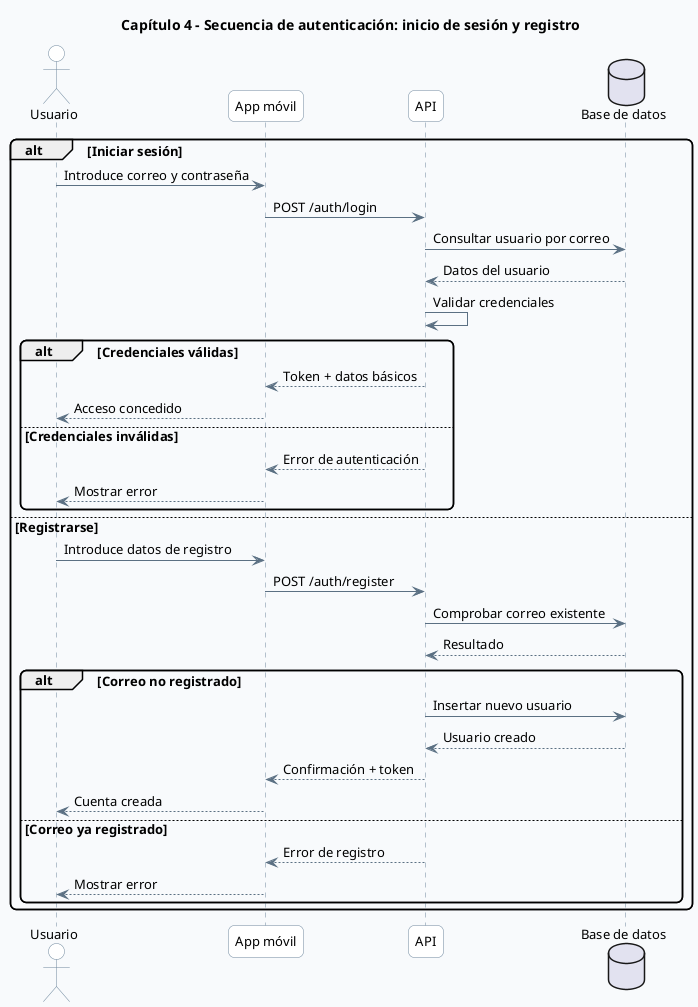
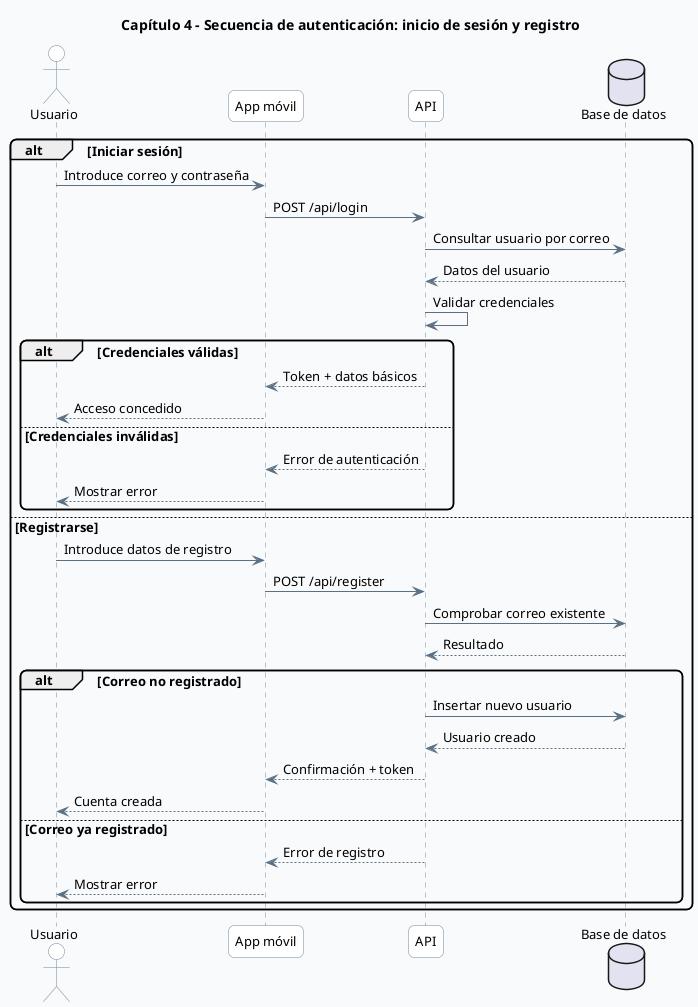
﻿@startuml
' CAP4 - 03 Secuencia CU-001 Login / Registro

skinparam backgroundColor #F8FAFC
skinparam shadowing false
skinparam roundcorner 12
skinparam defaultFontName Segoe UI
skinparam defaultFontSize 13
skinparam ArrowColor #5B7083
skinparam ArrowThickness 1
skinparam sequenceLifeLineBorderColor #6E879D
skinparam sequenceLifeLineBackgroundColor #FFFFFF
skinparam participantBorderColor #6E879D
skinparam participantBackgroundColor #FFFFFF
skinparam actorBorderColor #6E879D
skinparam actorBackgroundColor #FFFFFF
skinparam noteBackgroundColor #FFF9E6
skinparam noteBorderColor #D7C58A

title Capítulo 4 - Secuencia de autenticación: inicio de sesión y registro

actor Usuario
participant "App móvil" as App
participant "API" as API
database "Base de datos" as DB

alt Iniciar sesión
    Usuario -> App : Introduce correo y contraseña
-     App -> API : POST /auth/login
+     App -> API : POST /api/login
    API -> DB : Consultar usuario por correo
    DB --> API : Datos del usuario
    API -> API : Validar credenciales
    alt Credenciales válidas
        API --> App : Token + datos básicos
        App --> Usuario : Acceso concedido
    else Credenciales inválidas
        API --> App : Error de autenticación
        App --> Usuario : Mostrar error
    end
else Registrarse
    Usuario -> App : Introduce datos de registro
-     App -> API : POST /auth/register
+     App -> API : POST /api/register
    API -> DB : Comprobar correo existente
    DB --> API : Resultado
    alt Correo no registrado
        API -> DB : Insertar nuevo usuario
        DB --> API : Usuario creado
        API --> App : Confirmación + token
        App --> Usuario : Cuenta creada
    else Correo ya registrado
        API --> App : Error de registro
        App --> Usuario : Mostrar error
    end
end

@enduml
